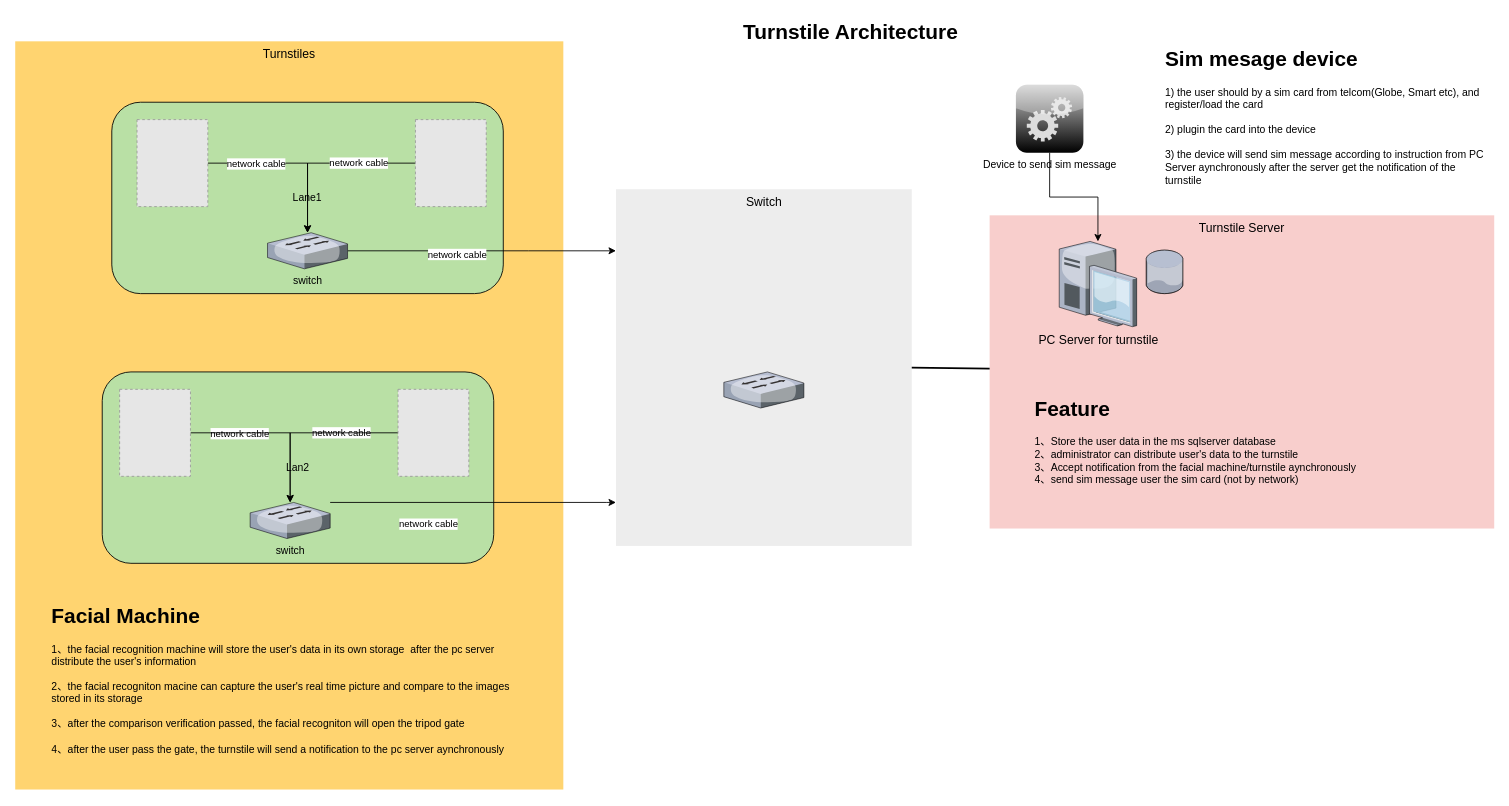
This is Untitled Diagram.drawio from seuzxc/drawio-desktop, a draw.io file, before an edit. Source tidied: cells renumbered, new cells numbered last; positions are measured from the earlier drawing's top-left corner, leaving out a move shared by most shapes. Both pictures are drawn from the tidied source at 87%, with x=0, y=0 at pixel (15, 15). Pictures stored in the file or linked from it are replaced by grey dashed boxes.
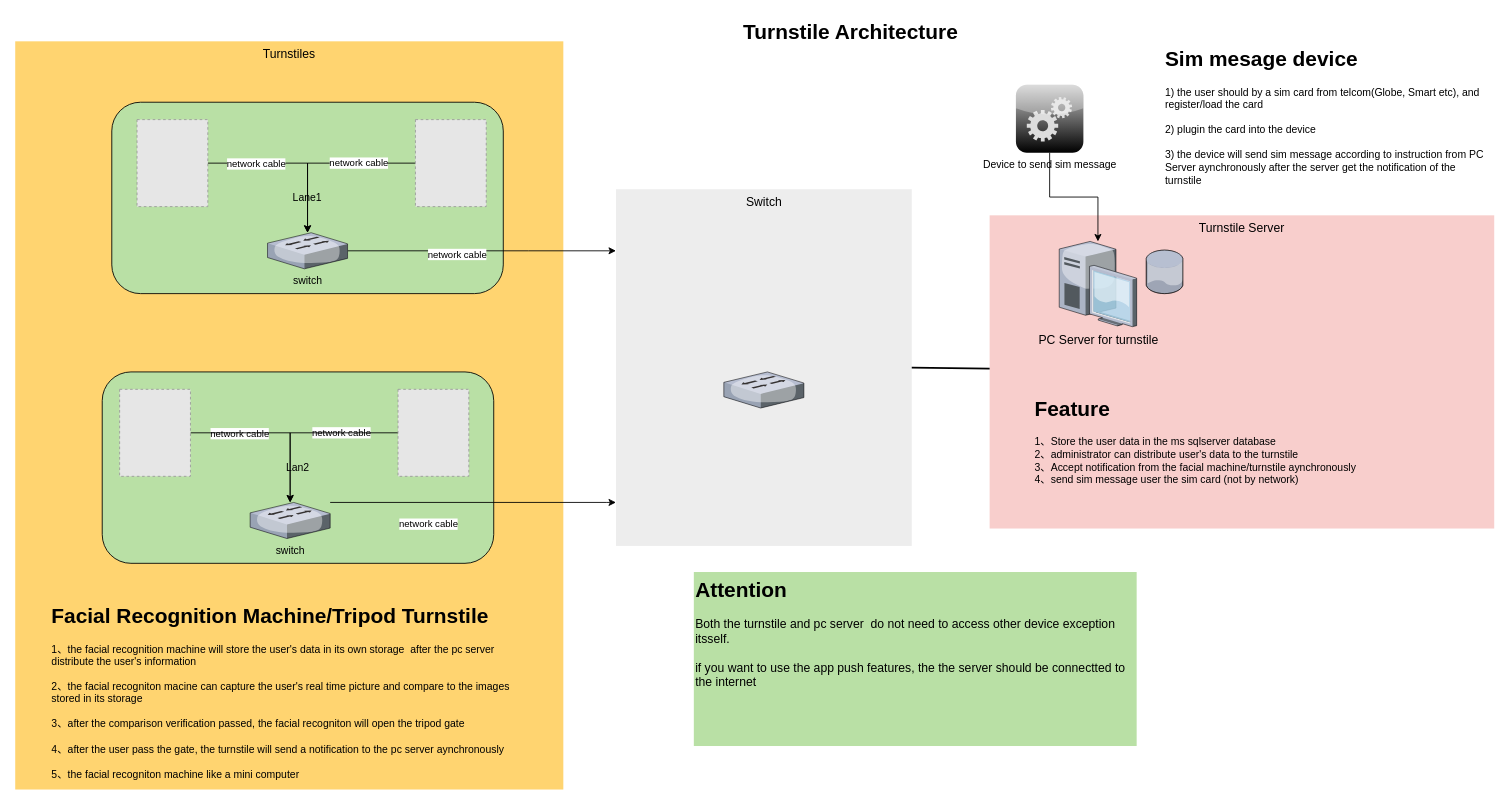
After the change.

Diff of the diagram source:
```diff
@@
-    <mxCell id="34" value="&lt;h1 style=&quot;margin-top: 0px;&quot;&gt;Facial Machine&lt;/h1&gt;&lt;p&gt;1、the facial recognition machine will store the user's data in its own storage&amp;nbsp; after the pc server distribute the user's information&lt;br&gt;&lt;br&gt;2、the facial recogniton macine can capture the user's real time picture and compare to the images stored in its storage&lt;br&gt;&lt;br&gt;3、after the comparison verification passed, the facial recogniton will open the tripod gate&lt;br&gt;&lt;br&gt;4、after the user pass the gate, the turnstile will send a notification to the pc server&amp;nbsp;&lt;span style=&quot;background-color: transparent; color: light-dark(rgb(0, 0, 0), rgb(255, 255, 255));&quot;&gt;aynchronously&lt;/span&gt;&lt;/p&gt;" style="text;html=1;whiteSpace=wrap;overflow=hidden;rounded=0;" parent="1" vertex="1">
-      <mxGeometry x="40" y="670" width="540" height="200" as="geometry" />
+    <mxCell id="34" value="&lt;h1 style=&quot;margin-top: 0px;&quot;&gt;Facial Recognition Machine/Tripod Turnstile&lt;/h1&gt;&lt;p&gt;1、the facial recognition machine will store the user's data in its own storage&amp;nbsp; after the pc server distribute the user's information&lt;br&gt;&lt;br&gt;2、the facial recogniton macine can capture the user's real time picture and compare to the images stored in its storage&lt;br&gt;&lt;br&gt;3、after the comparison verification passed, the facial recogniton will open the tripod gate&lt;br&gt;&lt;br&gt;4、after the user pass the gate, the turnstile will send a notification to the pc server&amp;nbsp;&lt;span style=&quot;background-color: transparent; color: light-dark(rgb(0, 0, 0), rgb(255, 255, 255));&quot;&gt;aynchronously&lt;br&gt;&lt;br&gt;5、the facial recogniton machine like a mini computer&lt;/span&gt;&lt;/p&gt;" style="text;html=1;whiteSpace=wrap;overflow=hidden;rounded=0;" parent="1" vertex="1">
+      <mxGeometry x="40" y="670" width="550" height="220" as="geometry" />
     </mxCell>
+    <mxCell id="35" value="&lt;h1 style=&quot;margin-top: 0px;&quot;&gt;Attention&lt;/h1&gt;&lt;p&gt;&lt;font style=&quot;font-size: 14px;&quot;&gt;Both the turnstile and pc server&amp;nbsp; do not need to access other device exception itsself.&lt;br&gt;&lt;br&gt;if you want to use the app push features, the the server should be connectted to the internet&lt;/font&gt;&lt;/p&gt;" style="text;html=1;whiteSpace=wrap;overflow=hidden;rounded=0;fillColor=#B9E0A5;" parent="1" vertex="1">
+      <mxGeometry x="780" y="640" width="509" height="200" as="geometry" />
+    </mxCell>
```
